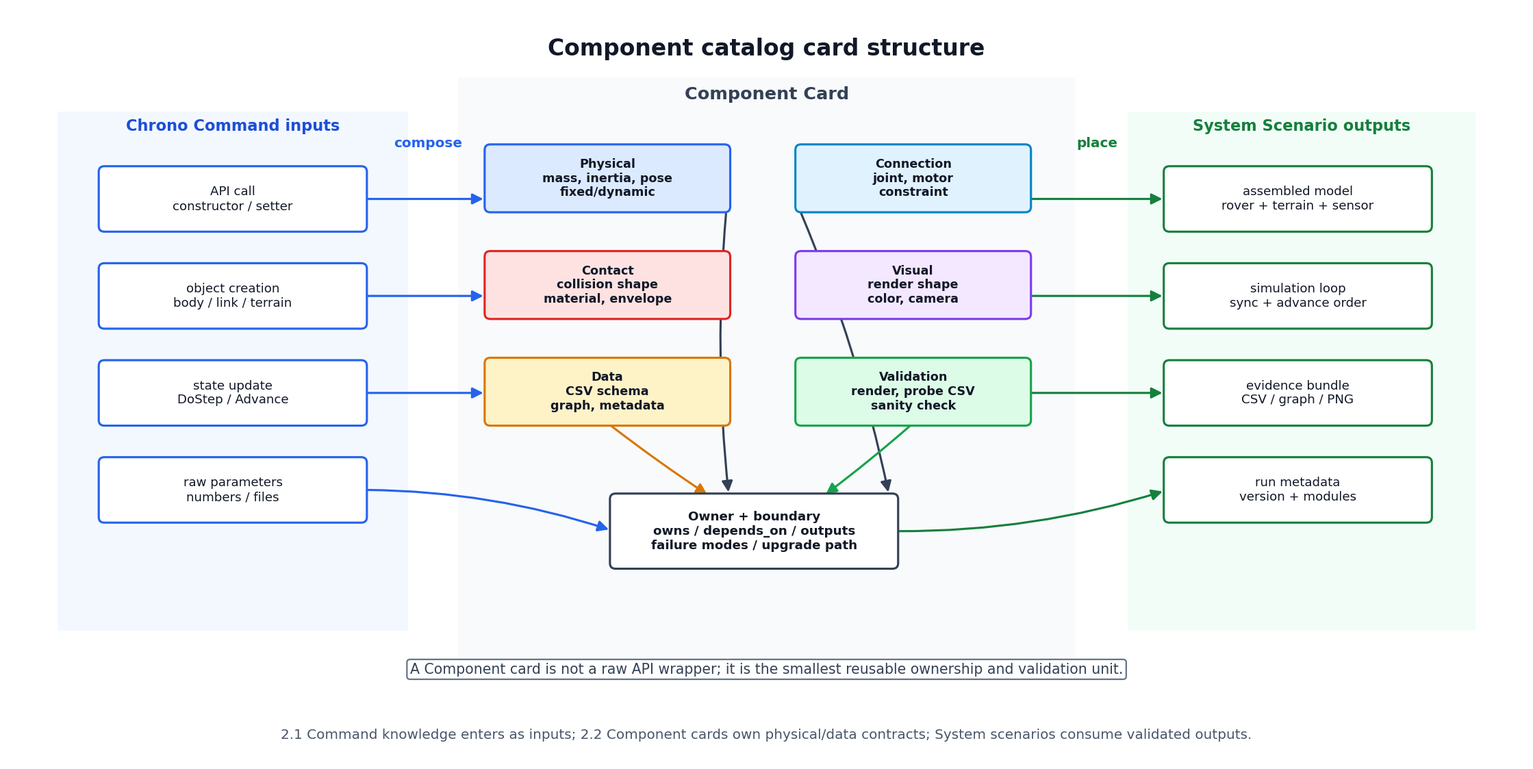
Poesy-Lab/Project_Chrono_Practice keeps this Mermaid diagram as 3-layer_report/2.2 Component/images/mermaid_rendered/2_2_mermaid_02.png. Above is the earlier version. Its source is kept beside it as 3-layer_report/2.2 Component/images/mermaid_rendered/2_2_mermaid_02.mmd.
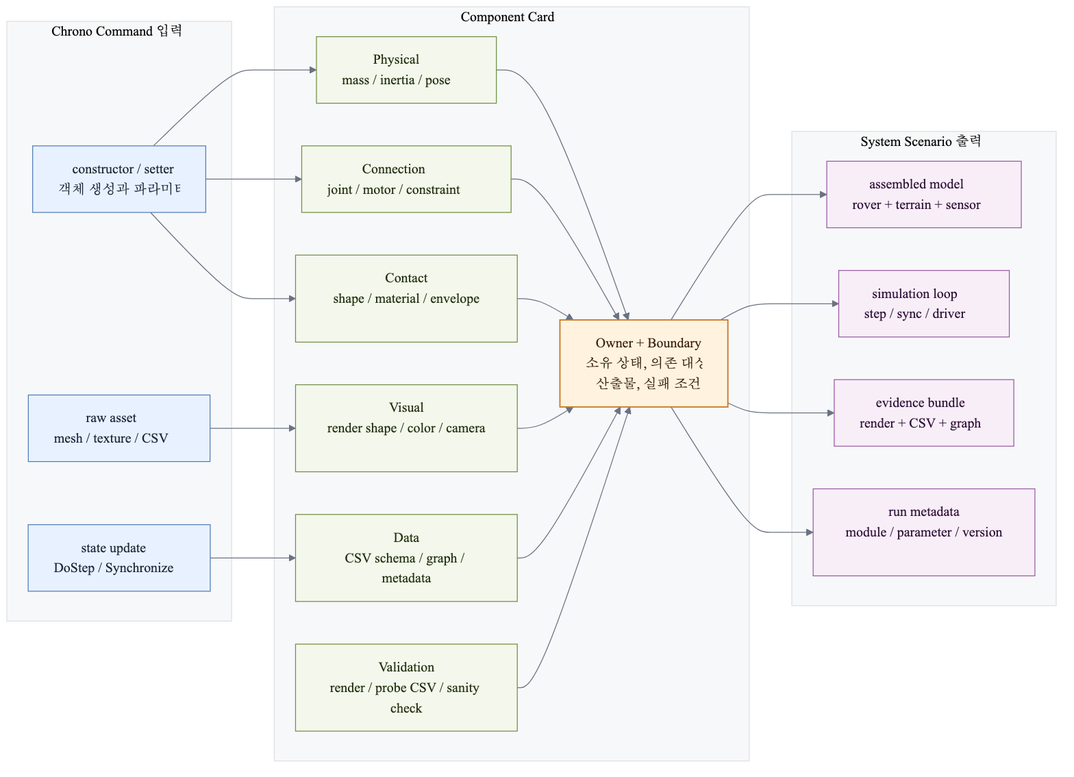
The same file after the commit.

Diff of the diagram source:
```diff
@@ -1,6 +1,50 @@
+%%{init: {'theme': 'base', 'themeVariables': {'fontFamily': 'Arial, Apple SD Gothic Neo, sans-serif', 'primaryColor': '#eef6ff', 'primaryTextColor': '#1b2a3a', 'primaryBorderColor': '#4f7db8', 'lineColor': '#6a7280', 'tertiaryColor': '#f7f8fa'}}}%%
 flowchart LR
-    Command["Chrono Command inputs<br/>API call<br/>object creation<br/>state update<br/>raw parameters"]
-    Card["Component Card<br/>Physical: mass, inertia, pose, fixed/dynamic<br/>Connection: joint, motor, constraint<br/>Contact: collision shape, material, envelope<br/>Visual: render shape, color, camera/view<br/>Data: CSV schema, graph, metadata<br/>Validation: render, probe CSV, sanity check<br/>Owner: owns, depends_on, outputs, failure modes"]
-    System["System Scenario outputs<br/>assembled model<br/>simulation loop<br/>evidence bundle<br/>run metadata"]
-    Command -->|"조합"| Card
-    Card -->|"배치"| System
+    classDef command fill:#e8f1ff,stroke:#4f7db8,color:#1b2a3a,stroke-width:1px
+    classDef card fill:#f3f7ec,stroke:#6f8f42,color:#23320f,stroke-width:1px
+    classDef core fill:#fff3df,stroke:#c9792b,color:#3d2410,stroke-width:1.5px
+    classDef output fill:#f7eef8,stroke:#9a5aa3,color:#32123a,stroke-width:1px
+
+    subgraph Command["Chrono Command 입력"]
+        C1["constructor / setter<br/>객체 생성과 파라미터"]
+        C2["state update<br/>DoStep / Synchronize"]
+        C3["raw asset<br/>mesh / texture / CSV"]
+    end
+
+    subgraph Card["Component Card"]
+        P0["Owner + Boundary<br/>소유 상태, 의존 대상,<br/>산출물, 실패 조건"]
+        P1["Physical<br/>mass / inertia / pose"]
+        P2["Connection<br/>joint / motor / constraint"]
+        P3["Contact<br/>shape / material / envelope"]
+        P4["Visual<br/>render shape / color / camera"]
+        P5["Data<br/>CSV schema / graph / metadata"]
+        P6["Validation<br/>render / probe CSV / sanity check"]
+    end
+
+    subgraph System["System Scenario 출력"]
+        S1["assembled model<br/>rover + terrain + sensor"]
+        S2["simulation loop<br/>step / sync / driver"]
+        S3["evidence bundle<br/>render + CSV + graph"]
+        S4["run metadata<br/>module / parameter / version"]
+    end
+
+    C1 --> P1
+    C1 --> P2
+    C1 --> P3
+    C2 --> P5
+    C3 --> P4
+    P1 --> P0
+    P2 --> P0
+    P3 --> P0
+    P4 --> P0
+    P5 --> P0
+    P6 --> P0
+    P0 --> S1
+    P0 --> S2
+    P0 --> S3
+    P0 --> S4
+
+    class C1,C2,C3 command
+    class P1,P2,P3,P4,P5,P6 card
+    class P0 core
+    class S1,S2,S3,S4 output
```
